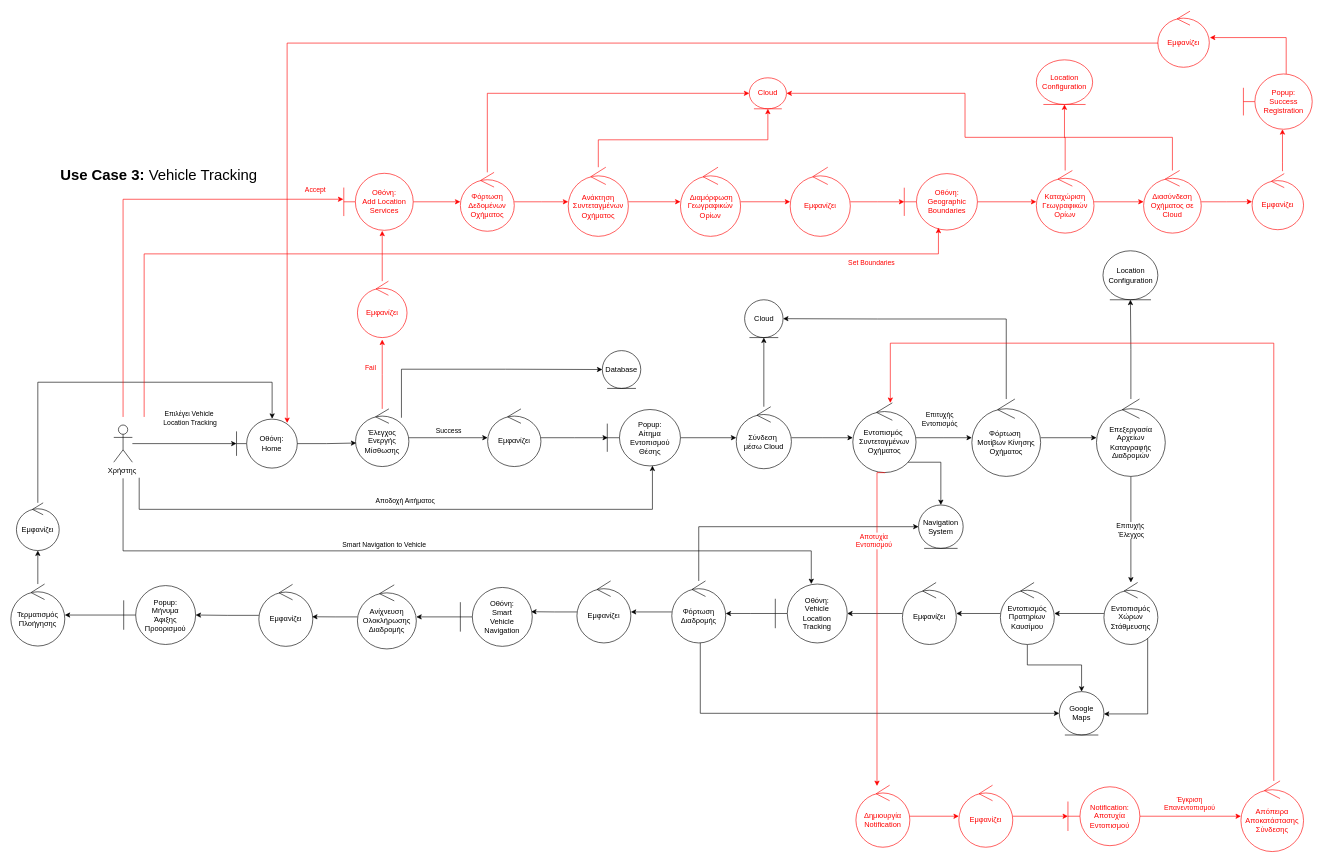
Earlier version of the draw.io diagram page "Use Case 3 Robustness" (3 of 9) of drawio/Robustness.drawio (ChristineGi/LeaseIt). Source tidied: cells renumbered, new cells numbered last; positions are measured from the earlier drawing's top-left corner, leaving out a move shared by most shapes. Both pictures are drawn from the tidied source at 62%, with x=0, y=0 at pixel (11, 11).
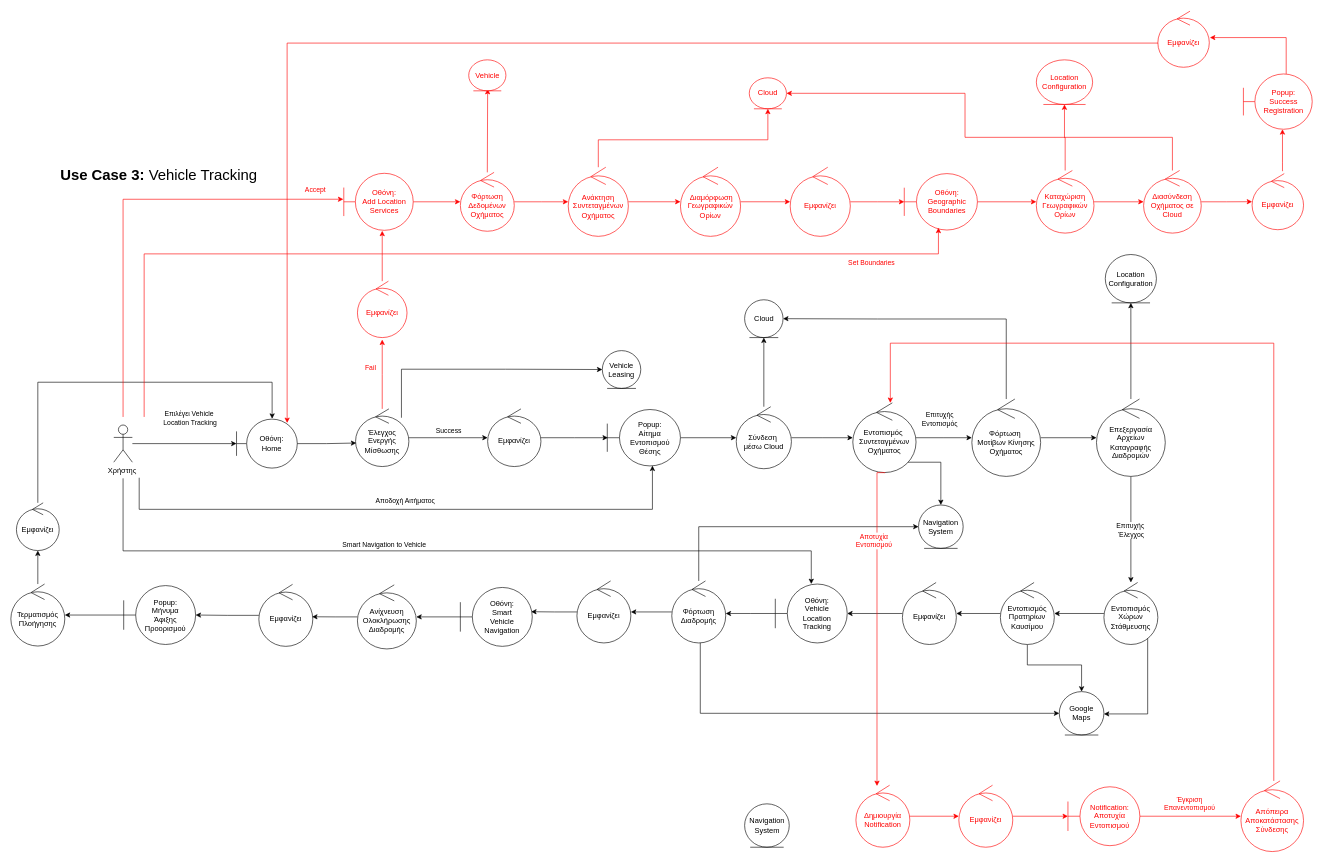
The same page after the edit.

Unchanged cells that the change refers to:
```xml
<mxCell id="75" value="Φόρτωση&lt;div&gt;Δεδομένων&lt;/div&gt;&lt;div&gt;Οχήματος&lt;/div&gt;" style="ellipse;shape=umlControl;whiteSpace=wrap;html=1;fontColor=#FF0000;strokeColor=#FF0000;" parent="1" vertex="1">
  <mxGeometry x="725" y="259.5" width="87" height="95" as="geometry" />
</mxCell>
<mxCell id="95" value="Cloud" style="ellipse;shape=umlEntity;whiteSpace=wrap;html=1;fontColor=#FF0000;strokeColor=#FF0000;" parent="1" vertex="1">
  <mxGeometry x="1191" y="107" width="60" height="50" as="geometry" />
</mxCell>
```

Diff of the diagram source:
```diff
@@
-    <mxCell id="15" value="Database" style="ellipse;shape=umlEntity;whiteSpace=wrap;html=1;" parent="1" vertex="1">
+    <mxCell id="15" value="Vehicle&lt;div&gt;Leasing&lt;/div&gt;" style="ellipse;shape=umlEntity;whiteSpace=wrap;html=1;" parent="1" vertex="1">
       <mxGeometry x="954" y="547" width="62" height="61" as="geometry" />
     </mxCell>
@@
-    <mxCell id="73" style="edgeStyle=orthogonalEdgeStyle;rounded=0;jettySize=auto;html=1;fontColor=#FF0000;strokeColor=#FF0000;entryX=0;entryY=0.5;entryDx=0;entryDy=0;" parent="1" edge="1" source="75" target="95">
+    <mxCell id="73" style="edgeStyle=orthogonalEdgeStyle;rounded=0;jettySize=auto;html=1;fontColor=#FF0000;strokeColor=#FF0000;" parent="1" edge="1" source="75">
       <mxGeometry relative="1" as="geometry">
+        <mxPoint x="769" y="125" as="targetPoint" />
         <Array as="points">
           <mxPoint x="768" y="132" />
         </Array>
       </mxGeometry>
     </mxCell>
@@
     <mxCell id="76" value="Location&lt;div&gt;Configuration&lt;/div&gt;" style="ellipse;shape=umlEntity;whiteSpace=wrap;html=1;" parent="1" vertex="1">
-      <mxGeometry x="1761.5" y="386" width="88.5" height="79" as="geometry" />
+      <mxGeometry x="1765.2" y="392" width="82.5" height="78" as="geometry" />
     </mxCell>
@@
+    <mxCell id="114" value="Vehicle" style="ellipse;shape=umlEntity;whiteSpace=wrap;html=1;fontColor=#FF0000;strokeColor=#FF0000;" parent="1" vertex="1">
+      <mxGeometry x="738.5" y="78" width="60" height="50" as="geometry" />
+    </mxCell>
+    <mxCell id="115" value="Navigation&lt;div&gt;System&lt;/div&gt;" style="ellipse;shape=umlEntity;whiteSpace=wrap;html=1;" parent="1" vertex="1">
+      <mxGeometry x="1183.5" y="1278" width="72" height="70" as="geometry" />
+    </mxCell>
```
